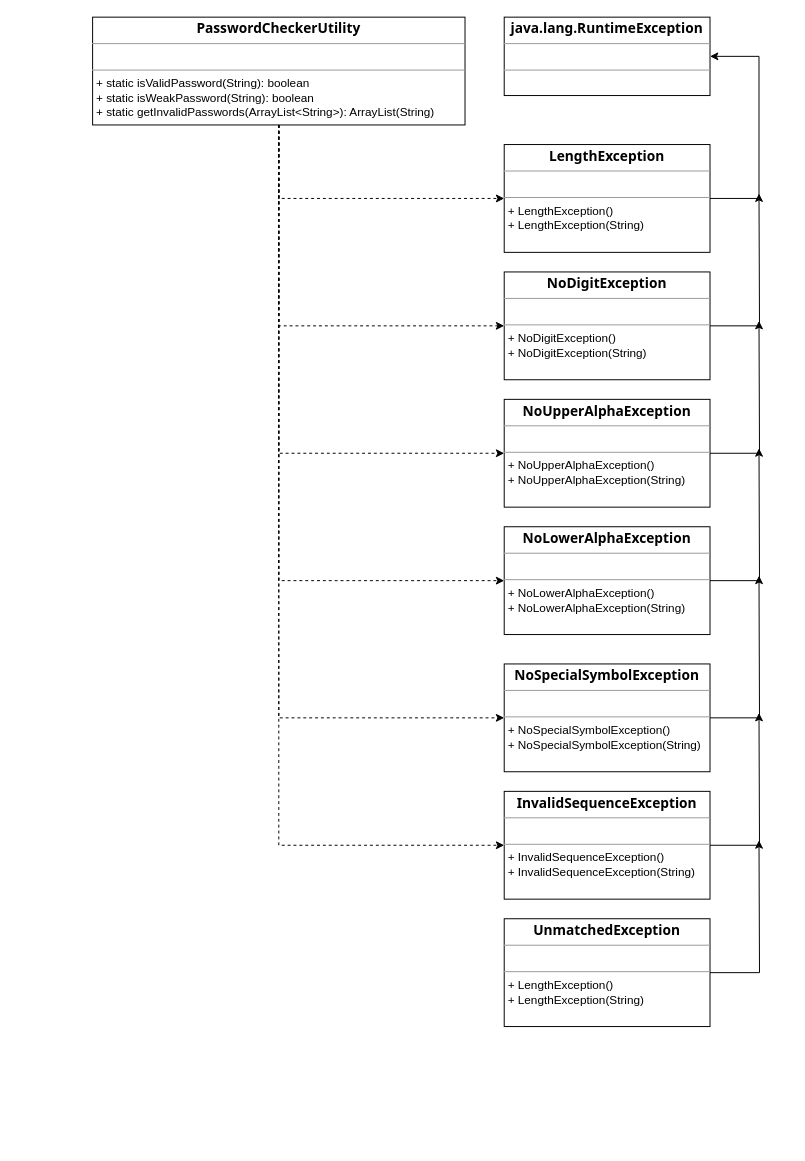
Above: Project 1/UML.drawio in Michael-Amaya/CMSC-204-Labs-and-Projects (draw.io), before the change. Source tidied: cells renumbered, new cells numbered last; positions are measured from the earlier drawing's top-left corner, leaving out a move shared by most shapes. Both pictures are drawn from the tidied source at 98%, with x=0, y=0 at pixel (92, 17).
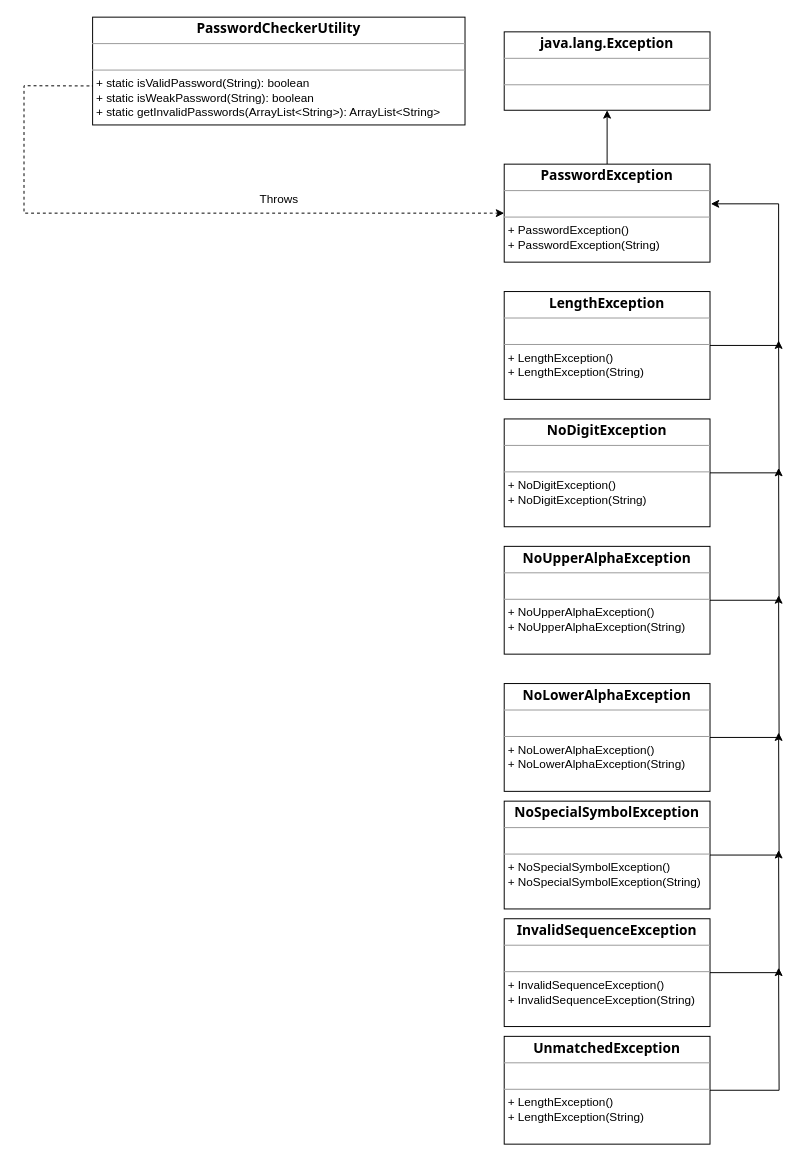
Above is the later version.

Change to the diagram source:
```diff
@@
-    <mxCell id="2" style="edgeStyle=orthogonalEdgeStyle;rounded=0;jettySize=auto;html=1;entryX=0;entryY=0.5;entryDx=0;entryDy=0;dashed=1;" parent="1" edge="1" source="8" target="10">
-      <mxGeometry relative="1" as="geometry">
-        <Array as="points">
-          <mxPoint x="190" y="185" />
-        </Array>
-      </mxGeometry>
-    </mxCell>
-    <mxCell id="3" style="edgeStyle=orthogonalEdgeStyle;rounded=0;jettySize=auto;html=1;entryX=0;entryY=0.5;entryDx=0;entryDy=0;dashed=1;" parent="1" edge="1" source="8" target="13">
-      <mxGeometry relative="1" as="geometry">
-        <Array as="points">
-          <mxPoint x="190" y="315" />
-        </Array>
-      </mxGeometry>
-    </mxCell>
-    <mxCell id="4" style="edgeStyle=orthogonalEdgeStyle;rounded=0;jettySize=auto;html=1;entryX=0;entryY=0.5;entryDx=0;entryDy=0;dashed=1;" parent="1" edge="1" source="8" target="15">
-      <mxGeometry relative="1" as="geometry">
-        <Array as="points">
-          <mxPoint x="190" y="445" />
-        </Array>
-      </mxGeometry>
-    </mxCell>
-    <mxCell id="5" style="edgeStyle=orthogonalEdgeStyle;rounded=0;jettySize=auto;html=1;entryX=0;entryY=0.5;entryDx=0;entryDy=0;dashed=1;" parent="1" edge="1" source="8" target="17">
-      <mxGeometry relative="1" as="geometry">
-        <Array as="points">
-          <mxPoint x="190" y="575" />
-        </Array>
-      </mxGeometry>
-    </mxCell>
-    <mxCell id="6" style="edgeStyle=orthogonalEdgeStyle;rounded=0;jettySize=auto;html=1;entryX=0;entryY=0.5;entryDx=0;entryDy=0;dashed=1;" parent="1" edge="1" source="8" target="19">
-      <mxGeometry relative="1" as="geometry">
-        <Array as="points">
-          <mxPoint x="190" y="715" />
-        </Array>
-      </mxGeometry>
-    </mxCell>
-    <mxCell id="7" style="edgeStyle=orthogonalEdgeStyle;rounded=0;jettySize=auto;html=1;entryX=0;entryY=0.5;entryDx=0;entryDy=0;dashed=1;" parent="1" edge="1" source="8" target="21">
-      <mxGeometry relative="1" as="geometry">
-        <Array as="points">
-          <mxPoint x="190" y="845" />
-        </Array>
-      </mxGeometry>
-    </mxCell>
+    <mxCell id="24" style="edgeStyle=orthogonalEdgeStyle;rounded=0;jettySize=auto;html=1;entryX=0;entryY=0.5;entryDx=0;entryDy=0;dashed=1;exitX=-0.002;exitY=0.638;exitDx=0;exitDy=0;exitPerimeter=0;" parent="1" edge="1" source="8" target="11">
+      <mxGeometry relative="1" as="geometry">
+        <Array as="points">
+          <mxPoint x="1" y="70" />
+          <mxPoint x="-70" y="70" />
+          <mxPoint x="-70" y="200" />
+        </Array>
+      </mxGeometry>
+    </mxCell>
-    <mxCell id="8" value="&lt;p style=&quot;margin: 0px ; margin-top: 4px ; text-align: center&quot;&gt;&lt;font face=&quot;Tahoma&quot; style=&quot;font-size: 14px&quot;&gt;&lt;b&gt;PasswordCheckerUtility&lt;/b&gt;&lt;/font&gt;&lt;/p&gt;&lt;hr size=&quot;1&quot;&gt;&lt;p style=&quot;margin: 0px ; margin-left: 4px&quot;&gt;&lt;br&gt;&lt;/p&gt;&lt;hr size=&quot;1&quot;&gt;&lt;p style=&quot;margin: 0px ; margin-left: 4px&quot;&gt;+ static isValidPassword(String): boolean&lt;/p&gt;&lt;p style=&quot;margin: 0px ; margin-left: 4px&quot;&gt;+ static isWeakPassword(String): boolean&lt;/p&gt;&lt;p style=&quot;margin: 0px ; margin-left: 4px&quot;&gt;+ static getInvalidPasswords(ArrayList&amp;lt;String&amp;gt;): ArrayList(String)&lt;/p&gt;" style="verticalAlign=top;align=left;overflow=fill;fontSize=12;fontFamily=Helvetica;html=1;" parent="1" vertex="1">
+    <mxCell id="8" value="&lt;p style=&quot;margin: 0px ; margin-top: 4px ; text-align: center&quot;&gt;&lt;font face=&quot;Tahoma&quot; style=&quot;font-size: 14px&quot;&gt;&lt;b&gt;PasswordCheckerUtility&lt;/b&gt;&lt;/font&gt;&lt;/p&gt;&lt;hr size=&quot;1&quot;&gt;&lt;p style=&quot;margin: 0px ; margin-left: 4px&quot;&gt;&lt;br&gt;&lt;/p&gt;&lt;hr size=&quot;1&quot;&gt;&lt;p style=&quot;margin: 0px ; margin-left: 4px&quot;&gt;+ static isValidPassword(String): boolean&lt;/p&gt;&lt;p style=&quot;margin: 0px ; margin-left: 4px&quot;&gt;+ static isWeakPassword(String): boolean&lt;/p&gt;&lt;p style=&quot;margin: 0px ; margin-left: 4px&quot;&gt;+ static getInvalidPasswords(ArrayList&amp;lt;String&amp;gt;): ArrayList&amp;lt;String&amp;gt;&lt;/p&gt;" style="verticalAlign=top;align=left;overflow=fill;fontSize=12;fontFamily=Helvetica;html=1;" parent="1" vertex="1">
       <mxGeometry width="380" height="110" as="geometry" />
     </mxCell>
-    <mxCell id="9" style="edgeStyle=orthogonalEdgeStyle;rounded=0;jettySize=auto;html=1;entryX=1;entryY=0.5;entryDx=0;entryDy=0;" parent="1" edge="1" source="10" target="11">
+    <mxCell id="9" style="edgeStyle=orthogonalEdgeStyle;rounded=0;jettySize=auto;html=1;entryX=1.004;entryY=0.405;entryDx=0;entryDy=0;entryPerimeter=0;" parent="1" edge="1" source="10" target="11">
       <mxGeometry relative="1" as="geometry">
         <Array as="points">
-          <mxPoint x="680" y="185" />
-          <mxPoint x="680" y="40" />
+          <mxPoint x="700" y="335" />
+          <mxPoint x="700" y="191" />
         </Array>
       </mxGeometry>
     </mxCell>
     <mxCell id="10" value="&lt;p style=&quot;margin: 0px ; margin-top: 4px ; text-align: center&quot;&gt;&lt;font face=&quot;Tahoma&quot; style=&quot;font-size: 14px&quot;&gt;&lt;b&gt;LengthException&lt;/b&gt;&lt;/font&gt;&lt;/p&gt;&lt;hr size=&quot;1&quot;&gt;&lt;p style=&quot;margin: 0px ; margin-left: 4px&quot;&gt;&lt;br&gt;&lt;/p&gt;&lt;hr size=&quot;1&quot;&gt;&lt;p style=&quot;margin: 0px ; margin-left: 4px&quot;&gt;+ LengthException()&lt;/p&gt;&lt;p style=&quot;margin: 0px ; margin-left: 4px&quot;&gt;+ LengthException(String)&lt;/p&gt;" style="verticalAlign=top;align=left;overflow=fill;fontSize=12;fontFamily=Helvetica;html=1;" parent="1" vertex="1">
-      <mxGeometry x="420" y="130" width="210" height="110" as="geometry" />
+      <mxGeometry x="420" y="280" width="210" height="110" as="geometry" />
     </mxCell>
+    <mxCell id="25" style="edgeStyle=orthogonalEdgeStyle;rounded=0;jettySize=auto;html=1;entryX=0.5;entryY=1;entryDx=0;entryDy=0;" parent="1" edge="1" source="11" target="32">
+      <mxGeometry relative="1" as="geometry" />
+    </mxCell>
-    <mxCell id="11" value="&lt;p style=&quot;margin: 0px ; margin-top: 4px ; text-align: center&quot;&gt;&lt;font face=&quot;Tahoma&quot;&gt;&lt;span style=&quot;font-size: 14px&quot;&gt;&lt;b&gt;java.lang.RuntimeException&lt;/b&gt;&lt;/span&gt;&lt;/font&gt;&lt;/p&gt;&lt;hr size=&quot;1&quot;&gt;&lt;p style=&quot;margin: 0px ; margin-left: 4px&quot;&gt;&lt;br&gt;&lt;/p&gt;&lt;hr size=&quot;1&quot;&gt;&lt;p style=&quot;margin: 0px ; margin-left: 4px&quot;&gt;&lt;br&gt;&lt;/p&gt;" style="verticalAlign=top;align=left;overflow=fill;fontSize=12;fontFamily=Helvetica;html=1;" parent="1" vertex="1">
-      <mxGeometry x="420" width="210" height="80" as="geometry" />
+    <mxCell id="11" value="&lt;p style=&quot;margin: 0px ; margin-top: 4px ; text-align: center&quot;&gt;&lt;font face=&quot;Tahoma&quot;&gt;&lt;span style=&quot;font-size: 14px&quot;&gt;&lt;b&gt;PasswordException&lt;/b&gt;&lt;/span&gt;&lt;/font&gt;&lt;/p&gt;&lt;hr size=&quot;1&quot;&gt;&lt;p style=&quot;margin: 0px ; margin-left: 4px&quot;&gt;&lt;br&gt;&lt;/p&gt;&lt;hr size=&quot;1&quot;&gt;&lt;p style=&quot;margin: 0px ; margin-left: 4px&quot;&gt;+ PasswordException()&lt;/p&gt;&lt;p style=&quot;margin: 0px ; margin-left: 4px&quot;&gt;+ PasswordException(String)&lt;/p&gt;" style="verticalAlign=top;align=left;overflow=fill;fontSize=12;fontFamily=Helvetica;html=1;" parent="1" vertex="1">
+      <mxGeometry x="420" y="150" width="210" height="100" as="geometry" />
     </mxCell>
-    <mxCell id="12" style="edgeStyle=orthogonalEdgeStyle;rounded=0;jettySize=auto;html=1;" parent="1" edge="1" source="13">
-      <mxGeometry relative="1" as="geometry">
-        <mxPoint x="680" y="180" as="targetPoint" />
-      </mxGeometry>
-    </mxCell>
+    <mxCell id="26" style="edgeStyle=orthogonalEdgeStyle;rounded=0;jettySize=auto;html=1;" parent="1" edge="1" source="13">
+      <mxGeometry relative="1" as="geometry">
+        <mxPoint x="700" y="330" as="targetPoint" />
+      </mxGeometry>
+    </mxCell>
     <mxCell id="13" value="&lt;p style=&quot;margin: 0px ; margin-top: 4px ; text-align: center&quot;&gt;&lt;font face=&quot;Tahoma&quot; style=&quot;font-size: 14px&quot;&gt;&lt;b&gt;NoDigitException&lt;/b&gt;&lt;/font&gt;&lt;/p&gt;&lt;hr size=&quot;1&quot;&gt;&lt;p style=&quot;margin: 0px ; margin-left: 4px&quot;&gt;&lt;br&gt;&lt;/p&gt;&lt;hr size=&quot;1&quot;&gt;&lt;p style=&quot;margin: 0px ; margin-left: 4px&quot;&gt;+ NoDigitException()&lt;/p&gt;&lt;p style=&quot;margin: 0px ; margin-left: 4px&quot;&gt;+ NoDigitException(String)&lt;/p&gt;" style="verticalAlign=top;align=left;overflow=fill;fontSize=12;fontFamily=Helvetica;html=1;" parent="1" vertex="1">
-      <mxGeometry x="420" y="260" width="210" height="110" as="geometry" />
+      <mxGeometry x="420" y="410" width="210" height="110" as="geometry" />
     </mxCell>
-    <mxCell id="14" style="edgeStyle=orthogonalEdgeStyle;rounded=0;jettySize=auto;html=1;" parent="1" edge="1" source="15">
-      <mxGeometry relative="1" as="geometry">
-        <mxPoint x="680" y="310" as="targetPoint" />
-      </mxGeometry>
-    </mxCell>
+    <mxCell id="27" style="edgeStyle=orthogonalEdgeStyle;rounded=0;jettySize=auto;html=1;" parent="1" edge="1" source="15">
+      <mxGeometry relative="1" as="geometry">
+        <mxPoint x="700" y="460" as="targetPoint" />
+      </mxGeometry>
+    </mxCell>
     <mxCell id="15" value="&lt;p style=&quot;margin: 0px ; margin-top: 4px ; text-align: center&quot;&gt;&lt;font face=&quot;Tahoma&quot; style=&quot;font-size: 14px&quot;&gt;&lt;b&gt;NoUpperAlphaException&lt;/b&gt;&lt;/font&gt;&lt;/p&gt;&lt;hr size=&quot;1&quot;&gt;&lt;p style=&quot;margin: 0px ; margin-left: 4px&quot;&gt;&lt;br&gt;&lt;/p&gt;&lt;hr size=&quot;1&quot;&gt;&lt;p style=&quot;margin: 0px ; margin-left: 4px&quot;&gt;+ NoUpperAlphaException()&lt;/p&gt;&lt;p style=&quot;margin: 0px ; margin-left: 4px&quot;&gt;+ NoUpperAlphaException(String)&lt;/p&gt;" style="verticalAlign=top;align=left;overflow=fill;fontSize=12;fontFamily=Helvetica;html=1;" parent="1" vertex="1">
-      <mxGeometry x="420" y="390" width="210" height="110" as="geometry" />
+      <mxGeometry x="420" y="540" width="210" height="110" as="geometry" />
     </mxCell>
-    <mxCell id="16" style="edgeStyle=orthogonalEdgeStyle;rounded=0;jettySize=auto;html=1;" parent="1" edge="1" source="17">
-      <mxGeometry relative="1" as="geometry">
-        <mxPoint x="680" y="440" as="targetPoint" />
-      </mxGeometry>
-    </mxCell>
+    <mxCell id="28" style="edgeStyle=orthogonalEdgeStyle;rounded=0;jettySize=auto;html=1;" parent="1" edge="1" source="17">
+      <mxGeometry relative="1" as="geometry">
+        <mxPoint x="700" y="590" as="targetPoint" />
+      </mxGeometry>
+    </mxCell>
     <mxCell id="17" value="&lt;p style=&quot;margin: 0px ; margin-top: 4px ; text-align: center&quot;&gt;&lt;font face=&quot;Tahoma&quot; style=&quot;font-size: 14px&quot;&gt;&lt;b&gt;NoLowerAlphaException&lt;/b&gt;&lt;/font&gt;&lt;/p&gt;&lt;hr size=&quot;1&quot;&gt;&lt;p style=&quot;margin: 0px ; margin-left: 4px&quot;&gt;&lt;br&gt;&lt;/p&gt;&lt;hr size=&quot;1&quot;&gt;&lt;p style=&quot;margin: 0px ; margin-left: 4px&quot;&gt;+ NoLowerAlphaException()&lt;/p&gt;&lt;p style=&quot;margin: 0px ; margin-left: 4px&quot;&gt;+ NoLowerAlphaException(String)&lt;/p&gt;" style="verticalAlign=top;align=left;overflow=fill;fontSize=12;fontFamily=Helvetica;html=1;" parent="1" vertex="1">
-      <mxGeometry x="420" y="520" width="210" height="110" as="geometry" />
+      <mxGeometry x="420" y="680" width="210" height="110" as="geometry" />
     </mxCell>
-    <mxCell id="18" style="edgeStyle=orthogonalEdgeStyle;rounded=0;jettySize=auto;html=1;" parent="1" edge="1" source="19">
-      <mxGeometry relative="1" as="geometry">
-        <mxPoint x="680" y="570" as="targetPoint" />
-      </mxGeometry>
-    </mxCell>
+    <mxCell id="29" style="edgeStyle=orthogonalEdgeStyle;rounded=0;jettySize=auto;html=1;" parent="1" edge="1" source="19">
+      <mxGeometry relative="1" as="geometry">
+        <mxPoint x="700" y="730" as="targetPoint" />
+      </mxGeometry>
+    </mxCell>
     <mxCell id="19" value="&lt;p style=&quot;margin: 0px ; margin-top: 4px ; text-align: center&quot;&gt;&lt;font face=&quot;Tahoma&quot; style=&quot;font-size: 14px&quot;&gt;&lt;b&gt;NoSpecialSymbolException&lt;/b&gt;&lt;/font&gt;&lt;/p&gt;&lt;hr size=&quot;1&quot;&gt;&lt;p style=&quot;margin: 0px ; margin-left: 4px&quot;&gt;&lt;br&gt;&lt;/p&gt;&lt;hr size=&quot;1&quot;&gt;&lt;p style=&quot;margin: 0px ; margin-left: 4px&quot;&gt;+ NoSpecialSymbolException()&lt;/p&gt;&lt;p style=&quot;margin: 0px ; margin-left: 4px&quot;&gt;+ NoSpecialSymbolException(String)&lt;/p&gt;" style="verticalAlign=top;align=left;overflow=fill;fontSize=12;fontFamily=Helvetica;html=1;" parent="1" vertex="1">
-      <mxGeometry x="420" y="660" width="210" height="110" as="geometry" />
+      <mxGeometry x="420" y="800" width="210" height="110" as="geometry" />
     </mxCell>
-    <mxCell id="20" style="edgeStyle=orthogonalEdgeStyle;rounded=0;jettySize=auto;html=1;" parent="1" edge="1" source="21">
-      <mxGeometry relative="1" as="geometry">
-        <mxPoint x="680" y="710" as="targetPoint" />
-      </mxGeometry>
-    </mxCell>
+    <mxCell id="30" style="edgeStyle=orthogonalEdgeStyle;rounded=0;jettySize=auto;html=1;" parent="1" edge="1" source="21">
+      <mxGeometry relative="1" as="geometry">
+        <mxPoint x="700" y="850" as="targetPoint" />
+      </mxGeometry>
+    </mxCell>
     <mxCell id="21" value="&lt;p style=&quot;margin: 0px ; margin-top: 4px ; text-align: center&quot;&gt;&lt;font face=&quot;Tahoma&quot;&gt;&lt;span style=&quot;font-size: 14px&quot;&gt;&lt;b&gt;InvalidSequenceException&lt;/b&gt;&lt;/span&gt;&lt;/font&gt;&lt;/p&gt;&lt;hr size=&quot;1&quot;&gt;&lt;p style=&quot;margin: 0px ; margin-left: 4px&quot;&gt;&lt;br&gt;&lt;/p&gt;&lt;hr size=&quot;1&quot;&gt;&lt;p style=&quot;margin: 0px ; margin-left: 4px&quot;&gt;+ InvalidSequenceException()&lt;/p&gt;&lt;p style=&quot;margin: 0px ; margin-left: 4px&quot;&gt;+ InvalidSequenceException(String)&lt;/p&gt;" style="verticalAlign=top;align=left;overflow=fill;fontSize=12;fontFamily=Helvetica;html=1;" parent="1" vertex="1">
-      <mxGeometry x="420" y="790" width="210" height="110" as="geometry" />
+      <mxGeometry x="420" y="920" width="210" height="110" as="geometry" />
     </mxCell>
-    <mxCell id="22" style="edgeStyle=orthogonalEdgeStyle;rounded=0;jettySize=auto;html=1;" parent="1" edge="1" source="23">
-      <mxGeometry relative="1" as="geometry">
-        <mxPoint x="680" y="840" as="targetPoint" />
-      </mxGeometry>
-    </mxCell>
+    <mxCell id="31" style="edgeStyle=orthogonalEdgeStyle;rounded=0;jettySize=auto;html=1;" parent="1" edge="1" source="23">
+      <mxGeometry relative="1" as="geometry">
+        <mxPoint x="700" y="970" as="targetPoint" />
+      </mxGeometry>
+    </mxCell>
     <mxCell id="23" value="&lt;p style=&quot;margin: 0px ; margin-top: 4px ; text-align: center&quot;&gt;&lt;font face=&quot;Tahoma&quot;&gt;&lt;span style=&quot;font-size: 14px&quot;&gt;&lt;b&gt;UnmatchedException&lt;/b&gt;&lt;/span&gt;&lt;/font&gt;&lt;/p&gt;&lt;hr size=&quot;1&quot;&gt;&lt;p style=&quot;margin: 0px ; margin-left: 4px&quot;&gt;&lt;br&gt;&lt;/p&gt;&lt;hr size=&quot;1&quot;&gt;&lt;p style=&quot;margin: 0px ; margin-left: 4px&quot;&gt;+ LengthException()&lt;/p&gt;&lt;p style=&quot;margin: 0px ; margin-left: 4px&quot;&gt;+ LengthException(String)&lt;/p&gt;" style="verticalAlign=top;align=left;overflow=fill;fontSize=12;fontFamily=Helvetica;html=1;" parent="1" vertex="1">
-      <mxGeometry x="420" y="920" width="210" height="110" as="geometry" />
+      <mxGeometry x="420" y="1040" width="210" height="110" as="geometry" />
     </mxCell>
+    <mxCell id="32" value="&lt;p style=&quot;margin: 0px ; margin-top: 4px ; text-align: center&quot;&gt;&lt;font face=&quot;Tahoma&quot;&gt;&lt;span style=&quot;font-size: 14px&quot;&gt;&lt;b&gt;java.lang.Exception&lt;/b&gt;&lt;/span&gt;&lt;/font&gt;&lt;/p&gt;&lt;hr size=&quot;1&quot;&gt;&lt;p style=&quot;margin: 0px ; margin-left: 4px&quot;&gt;&lt;br&gt;&lt;/p&gt;&lt;hr size=&quot;1&quot;&gt;&lt;p style=&quot;margin: 0px ; margin-left: 4px&quot;&gt;&lt;br&gt;&lt;/p&gt;" style="verticalAlign=top;align=left;overflow=fill;fontSize=12;fontFamily=Helvetica;html=1;" parent="1" vertex="1">
+      <mxGeometry x="420" y="15" width="210" height="80" as="geometry" />
+    </mxCell>
+    <mxCell id="33" value="Throws" style="text;html=1;align=center;verticalAlign=middle;" parent="1" vertex="1">
+      <mxGeometry x="165" y="176" width="50" height="20" as="geometry" />
+    </mxCell>
```
